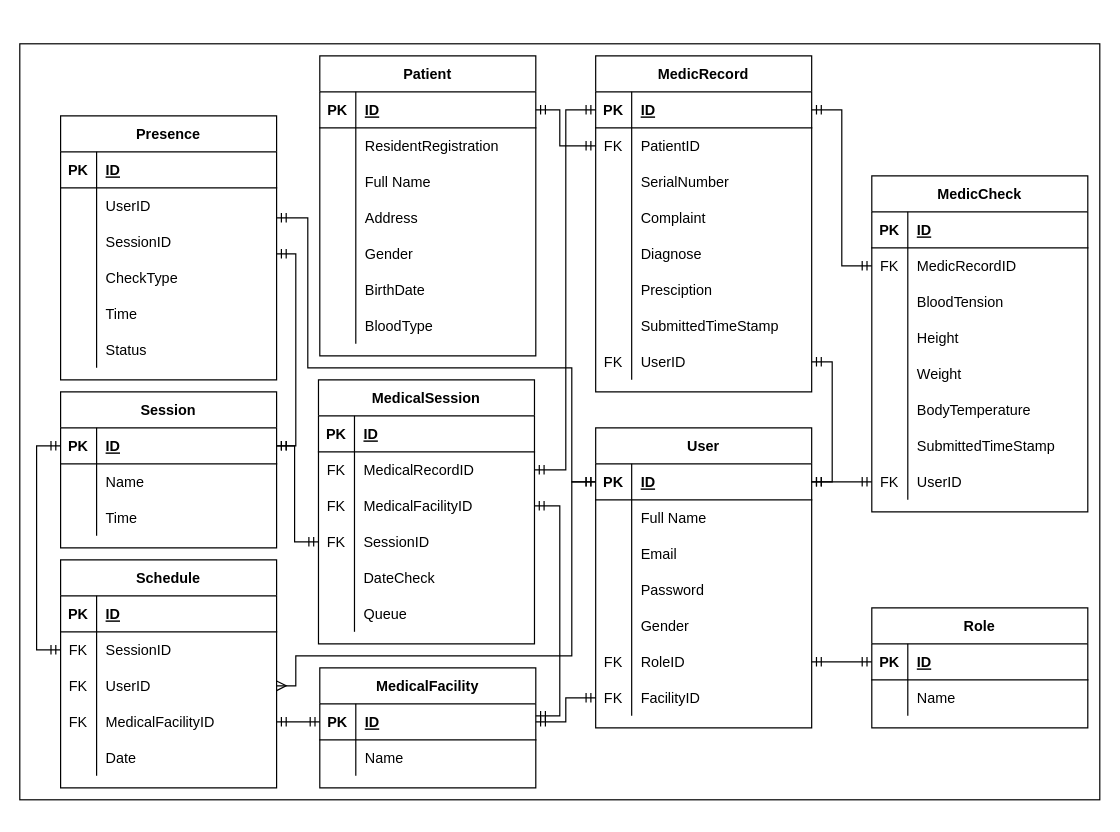
Before: page "ERD" (1 of 2) of docs/system-requirements/hospital-management-system.drawio in altacapstone36/go-server, a draw.io diagram. Source tidied: cells renumbered, new cells numbered last; positions are measured from the earlier drawing's top-left corner, leaving out a move shared by most shapes. Both pictures are drawn from the tidied source at 120%, with x=0, y=0 at pixel (19, 43).
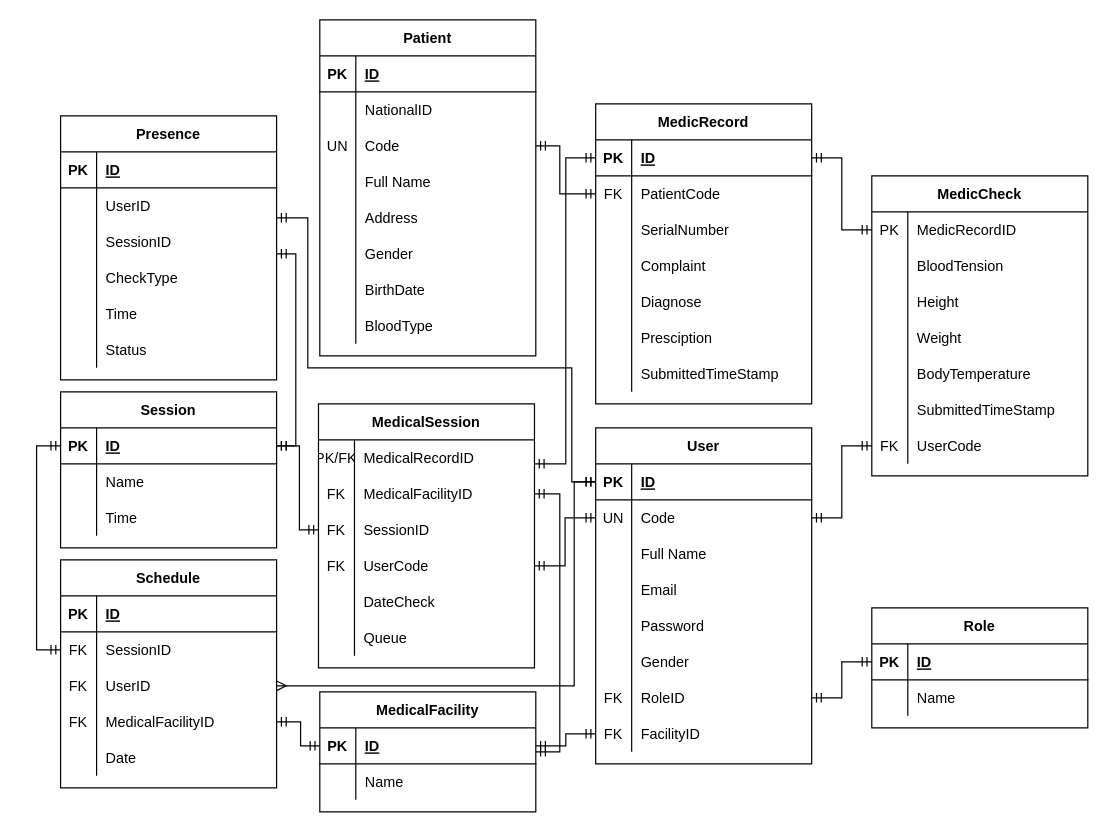
After the change.

Unchanged cells that the change refers to:
```xml
<mxCell id="4" style="shape=tableRow;horizontal=0;startSize=0;swimlaneHead=0;swimlaneBody=0;fillColor=none;points=[[0,0.5],[1,0.5]];portConstraint=eastwest;top=0;left=0;right=0;bottom=1;" parent="3" vertex="1">
  <mxGeometry y="30" width="180" height="30" as="geometry" />
</mxCell>
<mxCell id="33" style="shape=tableRow;horizontal=0;startSize=0;swimlaneHead=0;swimlaneBody=0;fillColor=none;points=[[0,0.5],[1,0.5]];portConstraint=eastwest;top=0;left=0;right=0;bottom=1;" parent="32" vertex="1">
  <mxGeometry y="30" width="180" height="30" as="geometry" />
</mxCell>
<mxCell id="36" style="shape=tableRow;horizontal=0;startSize=0;swimlaneHead=0;swimlaneBody=0;fillColor=none;points=[[0,0.5],[1,0.5]];portConstraint=eastwest;top=0;left=0;right=0;bottom=0;" parent="32" vertex="1">
  <mxGeometry y="60" width="180" height="30" as="geometry" />
</mxCell>
<mxCell id="83" style="shape=tableRow;horizontal=0;startSize=0;swimlaneHead=0;swimlaneBody=0;fillColor=none;points=[[0,0.5],[1,0.5]];portConstraint=eastwest;top=0;left=0;right=0;bottom=1;" parent="82" vertex="1">
  <mxGeometry y="30" width="180" height="30" as="geometry" />
</mxCell>
<mxCell id="86" style="shape=tableRow;horizontal=0;startSize=0;swimlaneHead=0;swimlaneBody=0;fillColor=none;top=0;left=0;right=0;bottom=0;" parent="82" vertex="1">
  <mxGeometry y="60" width="180" height="30" as="geometry" />
</mxCell>
<mxCell id="105" style="shape=tableRow;horizontal=0;startSize=0;swimlaneHead=0;swimlaneBody=0;fillColor=none;points=[[0,0.5],[1,0.5]];portConstraint=eastwest;top=0;left=0;right=0;bottom=1;" parent="104" vertex="1">
  <mxGeometry y="30" width="180" height="30" as="geometry" />
</mxCell>
<mxCell id="118" style="shape=tableRow;horizontal=0;startSize=0;swimlaneHead=0;swimlaneBody=0;fillColor=none;points=[[0,0.5],[1,0.5]];portConstraint=eastwest;top=0;left=0;right=0;bottom=0;" parent="111" vertex="1">
  <mxGeometry y="90" width="180" height="30" as="geometry" />
</mxCell>
<mxCell id="128" style="shape=tableRow;horizontal=0;startSize=0;swimlaneHead=0;swimlaneBody=0;fillColor=none;points=[[0,0.5],[1,0.5]];portConstraint=eastwest;top=0;left=0;right=0;bottom=1;" parent="127" vertex="1">
  <mxGeometry y="30" width="180" height="30" as="geometry" />
</mxCell>
```

Change to the diagram source:
```diff
@@
-    <mxCell id="2" style="rounded=0;whiteSpace=wrap;html=1;" parent="1" vertex="1">
-      <mxGeometry width="900" height="630" as="geometry" />
-    </mxCell>
     <mxCell id="3" value="User" style="shape=table;startSize=30;childLayout=tableLayout;rowLines=0;fontStyle=1;align=center;" parent="1" vertex="1">
-      <mxGeometry x="479.9" y="320" width="180" height="250" as="geometry" />
+      <mxGeometry x="479.9" y="320" width="180" height="280" as="geometry" />
     </mxCell>
@@
+    <mxCell id="189" style="shape=tableRow;horizontal=0;startSize=0;swimlaneHead=0;swimlaneBody=0;fillColor=none;points=[[0,0.5],[1,0.5]];portConstraint=eastwest;top=0;left=0;right=0;bottom=0;" parent="3" vertex="1">
+      <mxGeometry y="60" width="180" height="30" as="geometry" />
+    </mxCell>
+    <mxCell id="190" value="UN" style="shape=partialRectangle;fillColor=none;top=0;left=0;bottom=0;right=0;overflow=hidden;" parent="189" vertex="1">
+      <mxGeometry width="30" height="30" as="geometry" />
+    </mxCell>
+    <mxCell id="191" value="Code" style="shape=partialRectangle;fillColor=none;top=0;left=0;bottom=0;right=0;align=left;spacingLeft=6;overflow=hidden;" parent="189" vertex="1">
+      <mxGeometry x="30" width="150" height="30" as="geometry" />
+    </mxCell>
     <mxCell id="7" style="shape=tableRow;horizontal=0;startSize=0;swimlaneHead=0;swimlaneBody=0;fillColor=none;top=0;left=0;right=0;bottom=0;" parent="3" vertex="1">
-      <mxGeometry y="60" width="180" height="30" as="geometry" />
+      <mxGeometry y="90" width="180" height="30" as="geometry" />
     </mxCell>
@@
     <mxCell id="10" style="shape=tableRow;horizontal=0;startSize=0;swimlaneHead=0;swimlaneBody=0;fillColor=none;top=0;left=0;right=0;bottom=0;" parent="3" vertex="1">
-      <mxGeometry y="90" width="180" height="30" as="geometry" />
+      <mxGeometry y="120" width="180" height="30" as="geometry" />
     </mxCell>
@@
     <mxCell id="13" style="shape=tableRow;horizontal=0;startSize=0;swimlaneHead=0;swimlaneBody=0;fillColor=none;top=0;left=0;right=0;bottom=0;" parent="3" vertex="1">
-      <mxGeometry y="120" width="180" height="30" as="geometry" />
+      <mxGeometry y="150" width="180" height="30" as="geometry" />
     </mxCell>
@@
     <mxCell id="16" style="shape=tableRow;horizontal=0;startSize=0;swimlaneHead=0;swimlaneBody=0;fillColor=none;top=0;left=0;right=0;bottom=0;" parent="3" vertex="1">
-      <mxGeometry y="150" width="180" height="30" as="geometry" />
+      <mxGeometry y="180" width="180" height="30" as="geometry" />
     </mxCell>
@@
     <mxCell id="19" style="shape=tableRow;horizontal=0;startSize=0;swimlaneHead=0;swimlaneBody=0;fillColor=none;points=[[0,0.5],[1,0.5]];portConstraint=eastwest;top=0;left=0;right=0;bottom=0;" parent="3" vertex="1">
-      <mxGeometry y="180" width="180" height="30" as="geometry" />
+      <mxGeometry y="210" width="180" height="30" as="geometry" />
     </mxCell>
@@
     <mxCell id="22" style="shape=tableRow;horizontal=0;startSize=0;swimlaneHead=0;swimlaneBody=0;fillColor=none;points=[[0,0.5],[1,0.5]];portConstraint=eastwest;top=0;left=0;right=0;bottom=0;" parent="3" vertex="1">
-      <mxGeometry y="210" width="180" height="30" as="geometry" />
+      <mxGeometry y="240" width="180" height="30" as="geometry" />
     </mxCell>
@@
     <mxCell id="32" value="MedicRecord" style="shape=table;startSize=30;childLayout=tableLayout;rowLines=0;fontStyle=1;align=center;" parent="1" vertex="1">
-      <mxGeometry x="479.9" y="10" width="180" height="280" as="geometry" />
+      <mxGeometry x="479.9" y="50" width="180" height="250" as="geometry" />
     </mxCell>
@@
-    <mxCell id="38" value="PatientID" style="shape=partialRectangle;fillColor=none;top=0;left=0;bottom=0;right=0;align=left;spacingLeft=6;overflow=hidden;" parent="36" vertex="1">
+    <mxCell id="38" value="PatientCode" style="shape=partialRectangle;fillColor=none;top=0;left=0;bottom=0;right=0;align=left;spacingLeft=6;overflow=hidden;" parent="36" vertex="1">
       <mxGeometry x="30" width="150" height="30" as="geometry" />
     </mxCell>
@@
-    <mxCell id="54" style="shape=tableRow;horizontal=0;startSize=0;swimlaneHead=0;swimlaneBody=0;fillColor=none;points=[[0,0.5],[1,0.5]];portConstraint=eastwest;top=0;left=0;right=0;bottom=0;" parent="32" vertex="1">
-      <mxGeometry y="240" width="180" height="30" as="geometry" />
-    </mxCell>
-    <mxCell id="55" value="FK" style="shape=partialRectangle;fillColor=none;top=0;left=0;bottom=0;right=0;overflow=hidden;" parent="54" vertex="1">
-      <mxGeometry width="30" height="30" as="geometry" />
-    </mxCell>
-    <mxCell id="56" value="UserID" style="shape=partialRectangle;fillColor=none;top=0;left=0;bottom=0;right=0;align=left;spacingLeft=6;overflow=hidden;" parent="54" vertex="1">
-      <mxGeometry x="30" width="150" height="30" as="geometry" />
-    </mxCell>
     <mxCell id="57" value="MedicCheck" style="shape=table;startSize=30;childLayout=tableLayout;rowLines=0;fontStyle=1;align=center;" parent="1" vertex="1">
-      <mxGeometry x="710" y="110" width="180" height="280" as="geometry" />
+      <mxGeometry x="710" y="110" width="180" height="250" as="geometry" />
     </mxCell>
-    <mxCell id="58" style="shape=tableRow;horizontal=0;startSize=0;swimlaneHead=0;swimlaneBody=0;fillColor=none;top=0;left=0;right=0;bottom=1;" parent="57" vertex="1">
-      <mxGeometry y="30" width="180" height="30" as="geometry" />
-    </mxCell>
-    <mxCell id="59" value="PK" style="shape=partialRectangle;fillColor=none;top=0;left=0;bottom=0;right=0;fontStyle=1;overflow=hidden;" parent="58" vertex="1">
-      <mxGeometry width="30" height="30" as="geometry" />
-    </mxCell>
-    <mxCell id="60" value="ID" style="shape=partialRectangle;fillColor=none;top=0;left=0;bottom=0;right=0;align=left;spacingLeft=6;fontStyle=5;overflow=hidden;" parent="58" vertex="1">
-      <mxGeometry x="30" width="150" height="30" as="geometry" />
-    </mxCell>
     <mxCell id="61" style="shape=tableRow;horizontal=0;startSize=0;swimlaneHead=0;swimlaneBody=0;fillColor=none;points=[[0,0.5],[1,0.5]];portConstraint=eastwest;top=0;left=0;right=0;bottom=0;" parent="57" vertex="1">
-      <mxGeometry y="60" width="180" height="30" as="geometry" />
+      <mxGeometry y="30" width="180" height="30" as="geometry" />
     </mxCell>
-    <mxCell id="62" value="FK" style="shape=partialRectangle;fillColor=none;top=0;left=0;bottom=0;right=0;overflow=hidden;" parent="61" vertex="1">
+    <mxCell id="62" value="PK" style="shape=partialRectangle;fillColor=none;top=0;left=0;bottom=0;right=0;overflow=hidden;" parent="61" vertex="1">
       <mxGeometry width="30" height="30" as="geometry" />
     </mxCell>
@@
     <mxCell id="64" style="shape=tableRow;horizontal=0;startSize=0;swimlaneHead=0;swimlaneBody=0;fillColor=none;top=0;left=0;right=0;bottom=0;" parent="57" vertex="1">
-      <mxGeometry y="90" width="180" height="30" as="geometry" />
+      <mxGeometry y="60" width="180" height="30" as="geometry" />
     </mxCell>
@@
     <mxCell id="67" style="shape=tableRow;horizontal=0;startSize=0;swimlaneHead=0;swimlaneBody=0;fillColor=none;top=0;left=0;right=0;bottom=0;" parent="57" vertex="1">
-      <mxGeometry y="120" width="180" height="30" as="geometry" />
+      <mxGeometry y="90" width="180" height="30" as="geometry" />
     </mxCell>
@@
     <mxCell id="70" style="shape=tableRow;horizontal=0;startSize=0;swimlaneHead=0;swimlaneBody=0;fillColor=none;top=0;left=0;right=0;bottom=0;" parent="57" vertex="1">
-      <mxGeometry y="150" width="180" height="30" as="geometry" />
+      <mxGeometry y="120" width="180" height="30" as="geometry" />
     </mxCell>
@@
     <mxCell id="73" style="shape=tableRow;horizontal=0;startSize=0;swimlaneHead=0;swimlaneBody=0;fillColor=none;top=0;left=0;right=0;bottom=0;" parent="57" vertex="1">
-      <mxGeometry y="180" width="180" height="30" as="geometry" />
+      <mxGeometry y="150" width="180" height="30" as="geometry" />
     </mxCell>
@@
     <mxCell id="76" style="shape=tableRow;horizontal=0;startSize=0;swimlaneHead=0;swimlaneBody=0;fillColor=none;top=0;left=0;right=0;bottom=0;" parent="57" vertex="1">
-      <mxGeometry y="210" width="180" height="30" as="geometry" />
+      <mxGeometry y="180" width="180" height="30" as="geometry" />
     </mxCell>
@@
     <mxCell id="79" style="shape=tableRow;horizontal=0;startSize=0;swimlaneHead=0;swimlaneBody=0;fillColor=none;points=[[0,0.5],[1,0.5]];portConstraint=eastwest;top=0;left=0;right=0;bottom=0;" parent="57" vertex="1">
-      <mxGeometry y="240" width="180" height="30" as="geometry" />
+      <mxGeometry y="210" width="180" height="30" as="geometry" />
     </mxCell>
@@
-    <mxCell id="81" value="UserID" style="shape=partialRectangle;fillColor=none;top=0;left=0;bottom=0;right=0;align=left;spacingLeft=6;overflow=hidden;" parent="79" vertex="1">
+    <mxCell id="81" value="UserCode" style="shape=partialRectangle;fillColor=none;top=0;left=0;bottom=0;right=0;align=left;spacingLeft=6;overflow=hidden;" parent="79" vertex="1">
       <mxGeometry x="30" width="150" height="30" as="geometry" />
     </mxCell>
     <mxCell id="82" value="Patient" style="shape=table;startSize=30;childLayout=tableLayout;rowLines=0;fontStyle=1;align=center;" parent="1" vertex="1">
-      <mxGeometry x="250" y="10" width="180" height="250" as="geometry" />
+      <mxGeometry x="250" y="-20" width="180" height="280" as="geometry" />
     </mxCell>
@@
-    <mxCell id="88" value="ResidentRegistration" style="shape=partialRectangle;fillColor=none;top=0;left=0;bottom=0;right=0;align=left;spacingLeft=6;overflow=hidden;" parent="86" vertex="1">
+    <mxCell id="88" value="NationalID" style="shape=partialRectangle;fillColor=none;top=0;left=0;bottom=0;right=0;align=left;spacingLeft=6;overflow=hidden;" parent="86" vertex="1">
       <mxGeometry x="30" width="150" height="30" as="geometry" />
     </mxCell>
+    <mxCell id="192" style="shape=tableRow;horizontal=0;startSize=0;swimlaneHead=0;swimlaneBody=0;fillColor=none;points=[[0,0.5],[1,0.5]];portConstraint=eastwest;top=0;left=0;right=0;bottom=0;" parent="82" vertex="1">
+      <mxGeometry y="90" width="180" height="30" as="geometry" />
+    </mxCell>
+    <mxCell id="193" value="UN" style="shape=partialRectangle;fillColor=none;top=0;left=0;bottom=0;right=0;overflow=hidden;" parent="192" vertex="1">
+      <mxGeometry width="30" height="30" as="geometry" />
+    </mxCell>
+    <mxCell id="194" value="Code" style="shape=partialRectangle;fillColor=none;top=0;left=0;bottom=0;right=0;align=left;spacingLeft=6;overflow=hidden;" parent="192" vertex="1">
+      <mxGeometry x="30" width="150" height="30" as="geometry" />
+    </mxCell>
     <mxCell id="89" style="shape=tableRow;horizontal=0;startSize=0;swimlaneHead=0;swimlaneBody=0;fillColor=none;top=0;left=0;right=0;bottom=0;" parent="82" vertex="1">
-      <mxGeometry y="90" width="180" height="30" as="geometry" />
+      <mxGeometry y="120" width="180" height="30" as="geometry" />
     </mxCell>
@@
     <mxCell id="92" style="shape=tableRow;horizontal=0;startSize=0;swimlaneHead=0;swimlaneBody=0;fillColor=none;top=0;left=0;right=0;bottom=0;" parent="82" vertex="1">
-      <mxGeometry y="120" width="180" height="30" as="geometry" />
+      <mxGeometry y="150" width="180" height="30" as="geometry" />
     </mxCell>
@@
     <mxCell id="95" style="shape=tableRow;horizontal=0;startSize=0;swimlaneHead=0;swimlaneBody=0;fillColor=none;top=0;left=0;right=0;bottom=0;" parent="82" vertex="1">
-      <mxGeometry y="150" width="180" height="30" as="geometry" />
+      <mxGeometry y="180" width="180" height="30" as="geometry" />
     </mxCell>
@@
     <mxCell id="98" style="shape=tableRow;horizontal=0;startSize=0;swimlaneHead=0;swimlaneBody=0;fillColor=none;top=0;left=0;right=0;bottom=0;" parent="82" vertex="1">
-      <mxGeometry y="180" width="180" height="30" as="geometry" />
+      <mxGeometry y="210" width="180" height="30" as="geometry" />
     </mxCell>
@@
     <mxCell id="101" style="shape=tableRow;horizontal=0;startSize=0;swimlaneHead=0;swimlaneBody=0;fillColor=none;top=0;left=0;right=0;bottom=0;" parent="82" vertex="1">
-      <mxGeometry y="210" width="180" height="30" as="geometry" />
+      <mxGeometry y="240" width="180" height="30" as="geometry" />
     </mxCell>
@@
     <mxCell id="104" value="MedicalFacility" style="shape=table;startSize=30;childLayout=tableLayout;rowLines=0;fontStyle=1;align=center;" parent="1" vertex="1">
-      <mxGeometry x="250" y="520" width="180" height="100" as="geometry" />
+      <mxGeometry x="250" y="540" width="180" height="100" as="geometry" />
     </mxCell>
@@
     <mxCell id="139" style="edgeStyle=orthogonalEdgeStyle;rounded=0;jettySize=auto;html=1;startArrow=ERmandOne;startFill=0;endArrow=ERmandOne;endFill=0;" parent="1" edge="1" source="147" target="105">
       <mxGeometry relative="1" as="geometry">
         <Array as="points">
-          <mxPoint x="450" y="385" />
-          <mxPoint x="450" y="560" />
+          <mxPoint x="450" y="375" />
+          <mxPoint x="450" y="590" />
         </Array>
       </mxGeometry>
     </mxCell>
     <mxCell id="140" value="MedicalSession" style="shape=table;startSize=30;childLayout=tableLayout;rowLines=0;fontStyle=1;align=center;" parent="1" vertex="1">
-      <mxGeometry x="248.9" y="280" width="180" height="220" as="geometry" />
+      <mxGeometry x="248.9" y="300" width="180" height="220" as="geometry" />
     </mxCell>
-    <mxCell id="141" style="shape=tableRow;horizontal=0;startSize=0;swimlaneHead=0;swimlaneBody=0;fillColor=none;top=0;left=0;right=0;bottom=1;" parent="140" vertex="1">
-      <mxGeometry y="30" width="180" height="30" as="geometry" />
-    </mxCell>
-    <mxCell id="142" value="PK" style="shape=partialRectangle;fillColor=none;top=0;left=0;bottom=0;right=0;fontStyle=1;overflow=hidden;" parent="141" vertex="1">
-      <mxGeometry width="30" height="30" as="geometry" />
-    </mxCell>
-    <mxCell id="143" value="ID" style="shape=partialRectangle;fillColor=none;top=0;left=0;bottom=0;right=0;align=left;spacingLeft=6;fontStyle=5;overflow=hidden;" parent="141" vertex="1">
-      <mxGeometry x="30" width="150" height="30" as="geometry" />
-    </mxCell>
     <mxCell id="144" style="shape=tableRow;horizontal=0;startSize=0;swimlaneHead=0;swimlaneBody=0;fillColor=none;points=[[0,0.5],[1,0.5]];portConstraint=eastwest;top=0;left=0;right=0;bottom=0;" parent="140" vertex="1">
-      <mxGeometry y="60" width="180" height="30" as="geometry" />
+      <mxGeometry y="30" width="180" height="30" as="geometry" />
     </mxCell>
-    <mxCell id="145" value="FK" style="shape=partialRectangle;fillColor=none;top=0;left=0;bottom=0;right=0;overflow=hidden;" parent="144" vertex="1">
+    <mxCell id="145" value="PK/FK" style="shape=partialRectangle;fillColor=none;top=0;left=0;bottom=0;right=0;overflow=hidden;" parent="144" vertex="1">
       <mxGeometry width="30" height="30" as="geometry" />
     </mxCell>
@@
     <mxCell id="147" style="shape=tableRow;horizontal=0;startSize=0;swimlaneHead=0;swimlaneBody=0;fillColor=none;points=[[0,0.5],[1,0.5]];portConstraint=eastwest;top=0;left=0;right=0;bottom=0;" parent="140" vertex="1">
-      <mxGeometry y="90" width="180" height="30" as="geometry" />
+      <mxGeometry y="60" width="180" height="30" as="geometry" />
     </mxCell>
@@
     <mxCell id="150" style="shape=tableRow;horizontal=0;startSize=0;swimlaneHead=0;swimlaneBody=0;fillColor=none;points=[[0,0.5],[1,0.5]];portConstraint=eastwest;top=0;left=0;right=0;bottom=0;" parent="140" vertex="1">
-      <mxGeometry y="120" width="180" height="30" as="geometry" />
+      <mxGeometry y="90" width="180" height="30" as="geometry" />
     </mxCell>
@@
+    <mxCell id="195" style="shape=tableRow;horizontal=0;startSize=0;swimlaneHead=0;swimlaneBody=0;fillColor=none;points=[[0,0.5],[1,0.5]];portConstraint=eastwest;top=0;left=0;right=0;bottom=0;" parent="140" vertex="1">
+      <mxGeometry y="120" width="180" height="30" as="geometry" />
+    </mxCell>
+    <mxCell id="55" value="FK" style="shape=partialRectangle;fillColor=none;top=0;left=0;bottom=0;right=0;overflow=hidden;" parent="195" vertex="1">
+      <mxGeometry width="30" height="30" as="geometry" />
+    </mxCell>
+    <mxCell id="196" value="UserCode" style="shape=partialRectangle;fillColor=none;top=0;left=0;bottom=0;right=0;align=left;spacingLeft=6;overflow=hidden;" parent="195" vertex="1">
+      <mxGeometry x="30" width="150" height="30" as="geometry" />
+    </mxCell>
@@
     <mxCell id="159" style="edgeStyle=orthogonalEdgeStyle;rounded=0;jettySize=auto;html=1;startArrow=ERmandOne;startFill=0;endArrow=ERmandOne;endFill=0;" parent="1" edge="1" source="144" target="33">
       <mxGeometry relative="1" as="geometry">
         <Array as="points">
-          <mxPoint x="455" y="355" />
-          <mxPoint x="455" y="55" />
+          <mxPoint x="455" y="350" />
+          <mxPoint x="455" y="95" />
         </Array>
       </mxGeometry>
     </mxCell>
     <mxCell id="160" style="edgeStyle=orthogonalEdgeStyle;rounded=0;jettySize=auto;html=1;startArrow=ERmandOne;startFill=0;endArrow=ERmandOne;endFill=0;" parent="1" edge="1" source="150" target="128">
       <mxGeometry relative="1" as="geometry">
         <Array as="points">
-          <mxPoint x="229" y="415" />
-          <mxPoint x="229" y="335" />
+          <mxPoint x="233" y="405" />
+          <mxPoint x="233" y="335" />
         </Array>
       </mxGeometry>
     </mxCell>
-    <mxCell id="161" style="edgeStyle=orthogonalEdgeStyle;rounded=0;jettySize=auto;html=1;startArrow=ERmandOne;startFill=0;endArrow=ERmandOne;endFill=0;" parent="1" edge="1" source="36" target="83">
+    <mxCell id="161" style="edgeStyle=orthogonalEdgeStyle;rounded=0;jettySize=auto;html=1;startArrow=ERmandOne;startFill=0;endArrow=ERmandOne;endFill=0;" parent="1" edge="1" source="36" target="192">
       <mxGeometry relative="1" as="geometry">
         <Array as="points">
+          <mxPoint x="450" y="125" />
           <mxPoint x="450" y="85" />
-          <mxPoint x="450" y="55" />
         </Array>
       </mxGeometry>
     </mxCell>
@@
-    <mxCell id="183" style="edgeStyle=orthogonalEdgeStyle;rounded=0;jettySize=auto;html=1;startArrow=ERmandOne;startFill=0;endArrow=ERmandOne;endFill=0;" parent="1" edge="1" source="54" target="4">
-      <mxGeometry relative="1" as="geometry">
-        <Array as="points">
-          <mxPoint x="677" y="265" />
-          <mxPoint x="677" y="365" />
-        </Array>
-      </mxGeometry>
-    </mxCell>
@@
-    <mxCell id="187" style="edgeStyle=orthogonalEdgeStyle;rounded=0;jettySize=auto;html=1;startArrow=ERmandOne;startFill=0;endArrow=ERmandOne;endFill=0;" parent="1" edge="1" source="4" target="79">
+    <mxCell id="187" style="edgeStyle=orthogonalEdgeStyle;rounded=0;jettySize=auto;html=1;startArrow=ERmandOne;startFill=0;endArrow=ERmandOne;endFill=0;" parent="1" edge="1" source="189" target="79">
       <mxGeometry relative="1" as="geometry" />
     </mxCell>
     <mxCell id="188" style="edgeStyle=orthogonalEdgeStyle;rounded=0;jettySize=auto;html=1;endArrow=ERmandOne;endFill=0;startArrow=ERmany;startFill=0;" parent="1" edge="1" source="118" target="4">
       <mxGeometry relative="1" as="geometry">
         <Array as="points">
-          <mxPoint x="230" y="535" />
-          <mxPoint x="230" y="510" />
-          <mxPoint x="460" y="510" />
-          <mxPoint x="460" y="365" />
+          <mxPoint x="462" y="535" />
+          <mxPoint x="462" y="365" />
         </Array>
       </mxGeometry>
     </mxCell>
+    <mxCell id="197" style="edgeStyle=orthogonalEdgeStyle;rounded=0;jettySize=auto;html=1;startArrow=ERmandOne;startFill=0;endArrow=ERmandOne;endFill=0;" parent="1" edge="1" source="195" target="189">
+      <mxGeometry relative="1" as="geometry" />
+    </mxCell>
```
